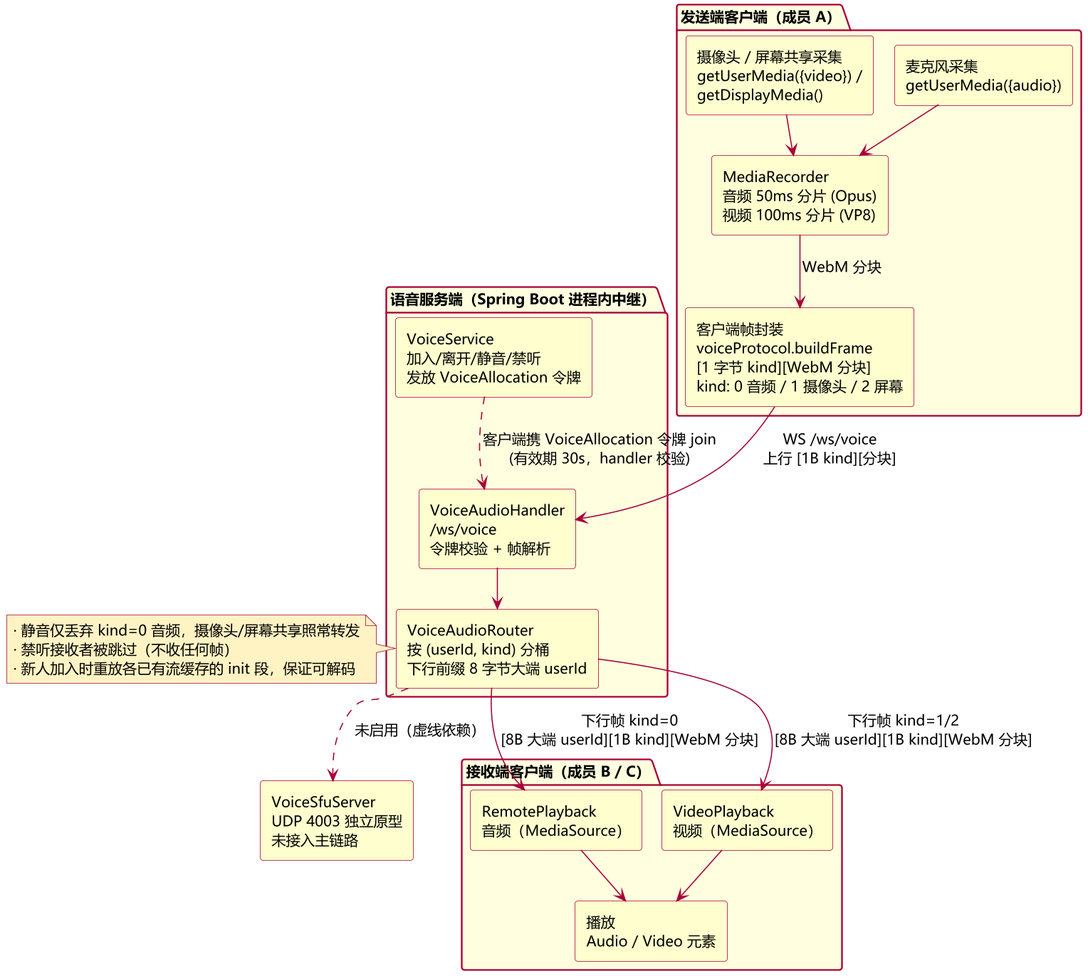
The PlantUML diagram docs/figures/fig4-5-voice-relay.png in Siegfried-Crowley/Chorus, before a commit.
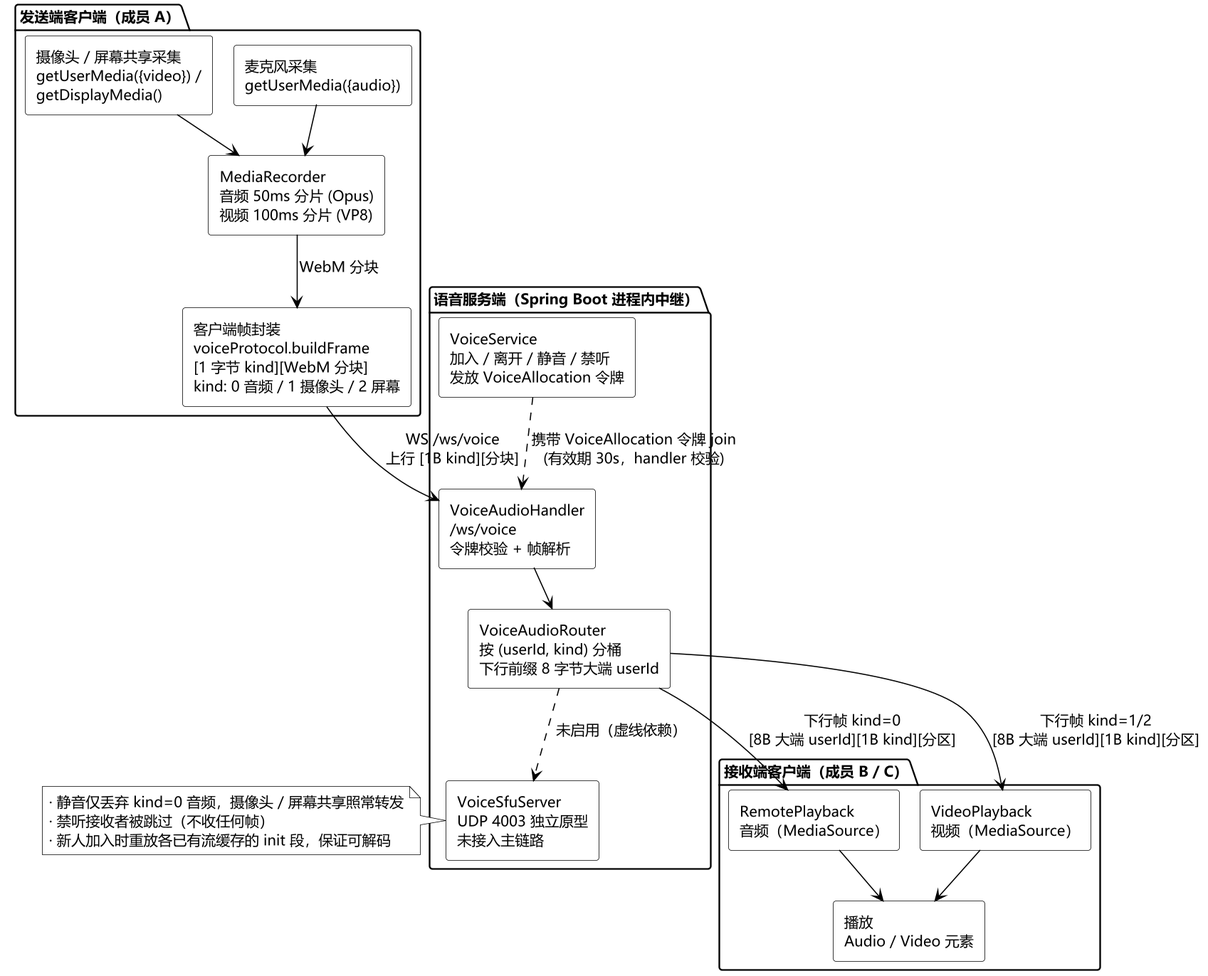
After the change.

Diff of the diagram source:
```diff
@@ -1,48 +1,56 @@
 @startuml fig4-5-voice-relay
 !pragma layout smetana
 skinparam backgroundColor #FFFFFF
+skinparam shadowing false
 skinparam defaultFontName "Microsoft YaHei"
 skinparam defaultFontSize 13
-skinparam shadowing false
 skinparam dpi 150
-skinparam ArrowColor #A80036
+skinparam defaultFontColor #000000
+skinparam ArrowColor #000000
+skinparam ArrowFontColor #000000
+skinparam linetype ortho
 skinparam component {
-  BackgroundColor #FEFECE
-  BorderColor #A80036
+  BackgroundColor #FFFFFF
+  BorderColor #000000
+  FontColor #000000
+}
+skinparam package {
+  BackgroundColor #FFFFFF
+  BorderColor #000000
+  FontColor #000000
+}
+skinparam note {
+  BackgroundColor #FFFFFF
+  BorderColor #000000
   FontColor #000000
 }
 skinparam componentStyle rectangle
-skinparam package {
-  BackgroundColor #FFFFE0
-  BorderColor #A80036
-  FontColor #000000
-}
-skinparam queue {
-  BackgroundColor #FEFECE
-  BorderColor #A80036
-}
-skinparam note {
-  BackgroundColor #FFF3C4
-  BorderColor #A80036
-}
+top to bottom direction
 
 package "发送端客户端（成员 A）" {
-  component "麦克风采集\ngetUserMedia({audio})" as mic
-  component "摄像头 / 屏幕共享采集\ngetUserMedia({video}) /\ngetDisplayMedia()" as cam
+  together {
+    component "麦克风采集\ngetUserMedia({audio})" as mic
+    component "摄像头 / 屏幕共享采集\ngetUserMedia({video}) /\ngetDisplayMedia()" as cam
+  }
   component "MediaRecorder\n音频 50ms 分片 (Opus)\n视频 100ms 分片 (VP8)" as rec
   component "客户端帧封装\nvoiceProtocol.buildFrame\n[1 字节 kind][WebM 分块]\nkind: 0 音频 / 1 摄像头 / 2 屏幕" as frame
 }
 
 package "语音服务端（Spring Boot 进程内中继）" {
-  component "VoiceAudioHandler\n/ws/voice\n令牌校验 + 帧解析" as handler
+  together {
+    component "VoiceAudioHandler\n/ws/voice\n令牌校验 + 帧解析" as handler
+    component "VoiceService\n加入 / 离开 / 静音 / 禁听\n发放 VoiceAllocation 令牌" as voiceSvc
+  }
   component "VoiceAudioRouter\n按 (userId, kind) 分桶\n下行前缀 8 字节大端 userId" as router
-  component "VoiceService\n加入/离开/静音/禁听\n发放 VoiceAllocation 令牌" as voiceSvc
+  component "VoiceSfuServer\nUDP 4003 独立原型\n未接入主链路" as sfu
 }
 
 package "接收端客户端（成员 B / C）" {
-  component "RemotePlayback\n音频（MediaSource）" as remote
-  component "VideoPlayback\n视频（MediaSource）" as video
-  component "播放\nAudio / Video 元素" as play
+  together {
+    component "RemotePlayback\n音频（MediaSource）" as remote
+    component "VideoPlayback\n视频（MediaSource）" as video
+    component "播放\nAudio / Video 元素" as play
+  }
 }
 
 mic --> rec
@@ -50,18 +58,16 @@
 rec --> frame : WebM 分块
 frame --> handler : WS /ws/voice\n上行 [1B kind][分块]
 handler --> router
-router --> remote : 下行帧 kind=0\n[8B 大端 userId][1B kind][WebM 分块]
-router --> video : 下行帧 kind=1/2\n[8B 大端 userId][1B kind][WebM 分块]
+router --> remote : 下行帧 kind=0\n[8B 大端 userId][1B kind][分区]
+router --> video : 下行帧 kind=1/2\n[8B 大端 userId][1B kind][分区]
 remote --> play
 video --> play
-voiceSvc ..> handler : 客户端携 VoiceAllocation 令牌 join\n(有效期 30s，handler 校验)
+voiceSvc ..> handler : 携带 VoiceAllocation 令牌 join\n(有效期 30s，handler 校验)
+router ..> sfu : 未启用（虚线依赖）
 
-note right of router
-  · 静音仅丢弃 kind=0 音频，摄像头/屏幕共享照常转发
+note right of sfu
+  · 静音仅丢弃 kind=0 音频，摄像头 / 屏幕共享照常转发
   · 禁听接收者被跳过（不收任何帧）
   · 新人加入时重放各已有流缓存的 init 段，保证可解码
 end note
-
-component "VoiceSfuServer\nUDP 4003 独立原型\n未接入主链路" as sfu
-router ..> sfu : 未启用（虚线依赖）
 @enduml
```
